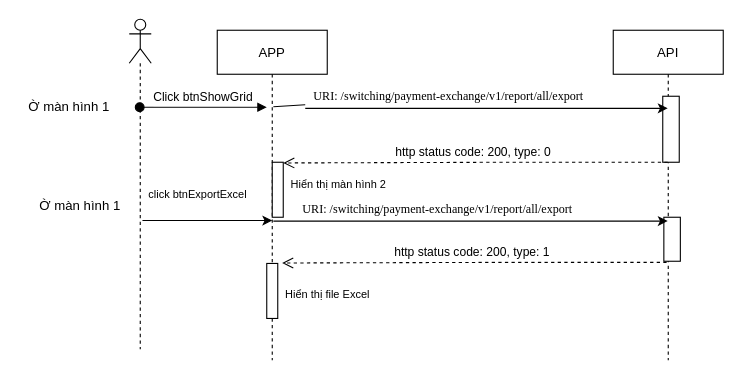
Above: page "Page-1" (1 of 3) of Untitled Diagram.drawio in anhpham02/DemoGit (draw.io), before the change. Source tidied: cells renumbered, new cells numbered last; positions are measured from the earlier drawing's top-left corner, leaving out a move shared by most shapes. Both pictures are drawn from the tidied source at 110%, with x=0, y=0 at pixel (19, 19).
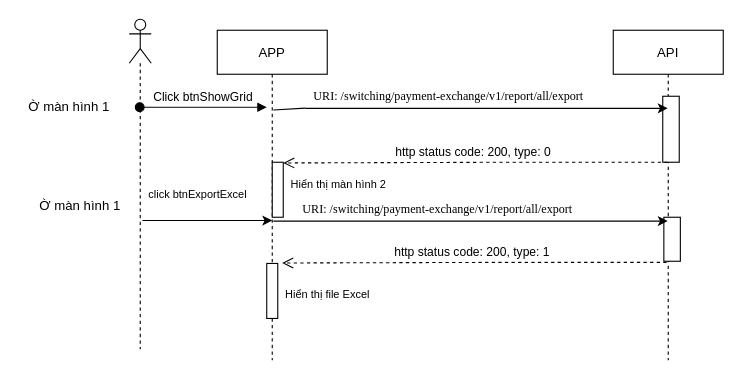
Above is the later version.

The change refers to these unchanged cells:
```xml
<mxCell id="19" value="&lt;span style=&quot;font-family: &amp;quot;Times New Roman&amp;quot;, serif;&quot;&gt;&lt;font style=&quot;font-size: 11px;&quot;&gt;URI: /switching/payment-exchange/v1/report/all/export&lt;/font&gt;&lt;/span&gt;" style="text;html=1;align=center;verticalAlign=middle;points=[];strokeColor=none;fillColor=none;fontSize=10;" parent="1" vertex="1">
  <mxGeometry x="260" y="60" width="260" height="20" as="geometry" />
</mxCell>
```

Diff of the diagram source:
```diff
@@
-    <mxCell id="20" style="endArrow=none;html=1;rounded=0;fontSize=10;exitX=0;exitY=1.05;exitDx=0;exitDy=0;exitPerimeter=0;" parent="1" edge="1" target="19">
+    <mxCell id="20" style="endArrow=none;html=1;rounded=0;fontSize=10;exitX=0;exitY=1.05;exitDx=0;exitDy=0;exitPerimeter=0;" parent="1" edge="1">
       <mxGeometry relative="1" as="geometry">
-        <mxPoint x="231" y="79.5" as="sourcePoint" />
+        <mxPoint x="231" y="82.5" as="sourcePoint" />
+        <mxPoint x="260" y="80.8" as="targetPoint" />
       </mxGeometry>
     </mxCell>
```
